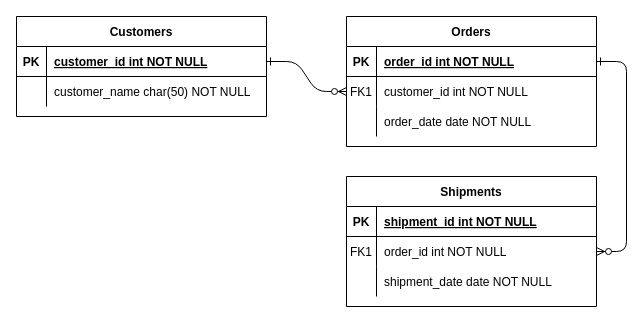
This is dailyTask.drawio from ahmadanwar93/SET-day-23, a draw.io file, before an edit. Source tidied: cells renumbered, new cells numbered last; positions are measured from the earlier drawing's top-left corner, leaving out a move shared by most shapes. Both pictures are drawn from the tidied source at 100%, with x=0, y=0 at pixel (16, 16).
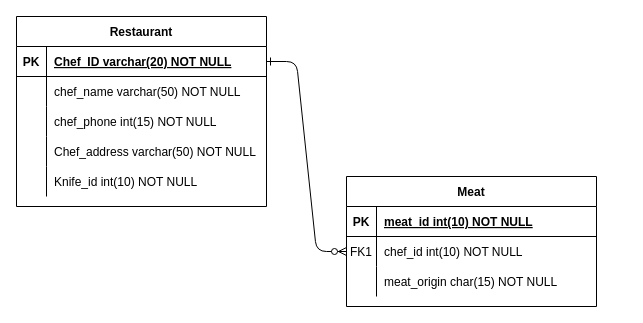
Above is the later version.

The change refers to these unchanged cells:
```xml
<mxCell id="15" style="shape=partialRectangle;fillColor=none;top=0;left=0;right=0;bottom=1;" parent="14" vertex="1">
  <mxGeometry y="30" width="250" height="30" as="geometry" />
</mxCell>
<mxCell id="18" style="shape=partialRectangle;fillColor=none;points=[[0,0.5],[1,0.5]];portConstraint=eastwest;top=0;left=0;right=0;bottom=0;" parent="14" vertex="1">
  <mxGeometry y="60" width="250" height="30" as="geometry" />
</mxCell>
<mxCell id="21" style="shape=partialRectangle;fillColor=none;top=0;left=0;right=0;bottom=0;" parent="14" vertex="1">
  <mxGeometry y="90" width="250" height="30" as="geometry" />
</mxCell>
<mxCell id="25" style="shape=partialRectangle;fillColor=none;points=[[0,0.5],[1,0.5]];portConstraint=eastwest;top=0;left=0;right=0;bottom=1;" parent="24" vertex="1">
  <mxGeometry y="30" width="250" height="30" as="geometry" />
</mxCell>
<mxCell id="28" style="shape=partialRectangle;fillColor=none;top=0;left=0;right=0;bottom=0;" parent="24" vertex="1">
  <mxGeometry y="60" width="250" height="30" as="geometry" />
</mxCell>
```

Diff of the diagram source:
```diff
@@
-    <mxCell id="2" style="edgeStyle=entityRelationEdgeStyle;endArrow=ERzeroToMany;startArrow=ERone;endFill=1;startFill=0;" parent="1" edge="1" source="25" target="8">
-      <mxGeometry relative="1" as="geometry" />
-    </mxCell>
-    <mxCell id="3" style="edgeStyle=entityRelationEdgeStyle;endArrow=ERzeroToMany;startArrow=ERone;endFill=1;startFill=0;" parent="1" edge="1" source="5" target="18">
+    <mxCell id="3" style="edgeStyle=entityRelationEdgeStyle;endArrow=ERzeroToMany;startArrow=ERone;endFill=1;startFill=0;exitX=1;exitY=0.5;exitDx=0;exitDy=0;" parent="1" edge="1" source="25" target="18">
       <mxGeometry relative="1" as="geometry" />
     </mxCell>
-    <mxCell id="4" value="Orders" style="shape=table;startSize=30;childLayout=tableLayout;rowLines=0;fontStyle=1;align=center;" parent="1" vertex="1">
-      <mxGeometry x="330" width="250" height="130" as="geometry" />
-    </mxCell>
-    <mxCell id="5" style="shape=partialRectangle;fillColor=none;points=[[0,0.5],[1,0.5]];portConstraint=eastwest;top=0;left=0;right=0;bottom=1;" parent="4" vertex="1">
-      <mxGeometry y="30" width="250" height="30" as="geometry" />
-    </mxCell>
-    <mxCell id="6" value="PK" style="shape=partialRectangle;overflow=hidden;fillColor=none;top=0;left=0;bottom=0;right=0;fontStyle=1;" parent="5" vertex="1">
-      <mxGeometry width="30" height="30" as="geometry" />
-    </mxCell>
-    <mxCell id="7" value="order_id int NOT NULL " style="shape=partialRectangle;overflow=hidden;fillColor=none;top=0;left=0;bottom=0;right=0;align=left;spacingLeft=6;fontStyle=5;" parent="5" vertex="1">
-      <mxGeometry x="30" width="220" height="30" as="geometry" />
-    </mxCell>
-    <mxCell id="8" style="shape=partialRectangle;fillColor=none;points=[[0,0.5],[1,0.5]];portConstraint=eastwest;top=0;left=0;right=0;bottom=0;" parent="4" vertex="1">
-      <mxGeometry y="60" width="250" height="30" as="geometry" />
-    </mxCell>
-    <mxCell id="9" value="FK1" style="shape=partialRectangle;overflow=hidden;fillColor=none;top=0;left=0;bottom=0;right=0;" parent="8" vertex="1">
-      <mxGeometry width="30" height="30" as="geometry" />
-    </mxCell>
-    <mxCell id="10" value="customer_id int NOT NULL" style="shape=partialRectangle;overflow=hidden;fillColor=none;top=0;left=0;bottom=0;right=0;align=left;spacingLeft=6;" parent="8" vertex="1">
-      <mxGeometry x="30" width="220" height="30" as="geometry" />
-    </mxCell>
-    <mxCell id="11" style="shape=partialRectangle;fillColor=none;top=0;left=0;right=0;bottom=0;" parent="4" vertex="1">
-      <mxGeometry y="90" width="250" height="30" as="geometry" />
-    </mxCell>
-    <mxCell id="12" style="shape=partialRectangle;overflow=hidden;fillColor=none;top=0;left=0;bottom=0;right=0;" parent="11" vertex="1">
-      <mxGeometry width="30" height="30" as="geometry" />
-    </mxCell>
-    <mxCell id="13" value="order_date date NOT NULL" style="shape=partialRectangle;overflow=hidden;fillColor=none;top=0;left=0;bottom=0;right=0;align=left;spacingLeft=6;" parent="11" vertex="1">
-      <mxGeometry x="30" width="220" height="30" as="geometry" />
-    </mxCell>
-    <mxCell id="14" value="Shipments" style="shape=table;startSize=30;childLayout=tableLayout;rowLines=0;fontStyle=1;align=center;" parent="1" vertex="1">
+    <mxCell id="14" value="Meat" style="shape=table;startSize=30;childLayout=tableLayout;rowLines=0;fontStyle=1;align=center;" parent="1" vertex="1">
       <mxGeometry x="330" y="160" width="250" height="130" as="geometry" />
     </mxCell>
@@
-    <mxCell id="17" value="shipment_id int NOT NULL " style="shape=partialRectangle;overflow=hidden;fillColor=none;top=0;left=0;bottom=0;right=0;align=left;spacingLeft=6;fontStyle=5;" parent="15" vertex="1">
+    <mxCell id="17" value="meat_id int(10) NOT NULL " style="shape=partialRectangle;overflow=hidden;fillColor=none;top=0;left=0;bottom=0;right=0;align=left;spacingLeft=6;fontStyle=5;" parent="15" vertex="1">
       <mxGeometry x="30" width="220" height="30" as="geometry" />
     </mxCell>
@@
-    <mxCell id="20" value="order_id int NOT NULL" style="shape=partialRectangle;overflow=hidden;fillColor=none;top=0;left=0;bottom=0;right=0;align=left;spacingLeft=6;" parent="18" vertex="1">
+    <mxCell id="20" value="chef_id int(10) NOT NULL" style="shape=partialRectangle;overflow=hidden;fillColor=none;top=0;left=0;bottom=0;right=0;align=left;spacingLeft=6;" parent="18" vertex="1">
       <mxGeometry x="30" width="220" height="30" as="geometry" />
     </mxCell>
@@
-    <mxCell id="23" value="shipment_date date NOT NULL" style="shape=partialRectangle;overflow=hidden;fillColor=none;top=0;left=0;bottom=0;right=0;align=left;spacingLeft=6;" parent="21" vertex="1">
+    <mxCell id="23" value="meat_origin char(15) NOT NULL" style="shape=partialRectangle;overflow=hidden;fillColor=none;top=0;left=0;bottom=0;right=0;align=left;spacingLeft=6;" parent="21" vertex="1">
       <mxGeometry x="30" width="220" height="30" as="geometry" />
     </mxCell>
-    <mxCell id="24" value="Customers" style="shape=table;startSize=30;childLayout=tableLayout;rowLines=0;fontStyle=1;align=center;" parent="1" vertex="1">
-      <mxGeometry width="250" height="100" as="geometry" />
+    <mxCell id="24" value="Restaurant" style="shape=table;startSize=30;childLayout=tableLayout;rowLines=0;fontStyle=1;align=center;" parent="1" vertex="1">
+      <mxGeometry width="250" height="190" as="geometry" />
     </mxCell>
@@
-    <mxCell id="27" value="customer_id int NOT NULL " style="shape=partialRectangle;overflow=hidden;fillColor=none;top=0;left=0;bottom=0;right=0;align=left;spacingLeft=6;fontStyle=5;" parent="25" vertex="1">
+    <mxCell id="27" value="Chef_ID varchar(20) NOT NULL" style="shape=partialRectangle;overflow=hidden;fillColor=none;top=0;left=0;bottom=0;right=0;align=left;spacingLeft=6;fontStyle=5;" parent="25" vertex="1">
       <mxGeometry x="30" width="220" height="30" as="geometry" />
     </mxCell>
@@
-    <mxCell id="30" value="customer_name char(50) NOT NULL" style="shape=partialRectangle;overflow=hidden;fillColor=none;top=0;left=0;bottom=0;right=0;align=left;spacingLeft=6;" parent="28" vertex="1">
+    <mxCell id="30" value="chef_name varchar(50) NOT NULL" style="shape=partialRectangle;overflow=hidden;fillColor=none;top=0;left=0;bottom=0;right=0;align=left;spacingLeft=6;" parent="28" vertex="1">
       <mxGeometry x="30" width="220" height="30" as="geometry" />
     </mxCell>
+    <mxCell id="11" style="shape=partialRectangle;fillColor=none;top=0;left=0;right=0;bottom=0;" parent="24" vertex="1">
+      <mxGeometry y="90" width="250" height="30" as="geometry" />
+    </mxCell>
+    <mxCell id="31" style="shape=partialRectangle;overflow=hidden;fillColor=none;top=0;left=0;bottom=0;right=0;" parent="11" vertex="1">
+      <mxGeometry width="30" height="30" as="geometry" />
+    </mxCell>
+    <mxCell id="32" value="chef_phone int(15) NOT NULL" style="shape=partialRectangle;overflow=hidden;fillColor=none;top=0;left=0;bottom=0;right=0;align=left;spacingLeft=6;" parent="11" vertex="1">
+      <mxGeometry x="30" width="220" height="30" as="geometry" />
+    </mxCell>
+    <mxCell id="33" style="shape=partialRectangle;fillColor=none;top=0;left=0;right=0;bottom=0;" parent="24" vertex="1">
+      <mxGeometry y="120" width="250" height="30" as="geometry" />
+    </mxCell>
+    <mxCell id="34" style="shape=partialRectangle;overflow=hidden;fillColor=none;top=0;left=0;bottom=0;right=0;" parent="33" vertex="1">
+      <mxGeometry width="30" height="30" as="geometry" />
+    </mxCell>
+    <mxCell id="35" value="Chef_address varchar(50) NOT NULL" style="shape=partialRectangle;overflow=hidden;fillColor=none;top=0;left=0;bottom=0;right=0;align=left;spacingLeft=6;" parent="33" vertex="1">
+      <mxGeometry x="30" width="220" height="30" as="geometry" />
+    </mxCell>
+    <mxCell id="36" style="shape=partialRectangle;fillColor=none;top=0;left=0;right=0;bottom=0;" parent="24" vertex="1">
+      <mxGeometry y="150" width="250" height="30" as="geometry" />
+    </mxCell>
+    <mxCell id="37" style="shape=partialRectangle;overflow=hidden;fillColor=none;top=0;left=0;bottom=0;right=0;" parent="36" vertex="1">
+      <mxGeometry width="30" height="30" as="geometry" />
+    </mxCell>
+    <mxCell id="38" value="Knife_id int(10) NOT NULL" style="shape=partialRectangle;overflow=hidden;fillColor=none;top=0;left=0;bottom=0;right=0;align=left;spacingLeft=6;" parent="36" vertex="1">
+      <mxGeometry x="30" width="220" height="30" as="geometry" />
+    </mxCell>
```
